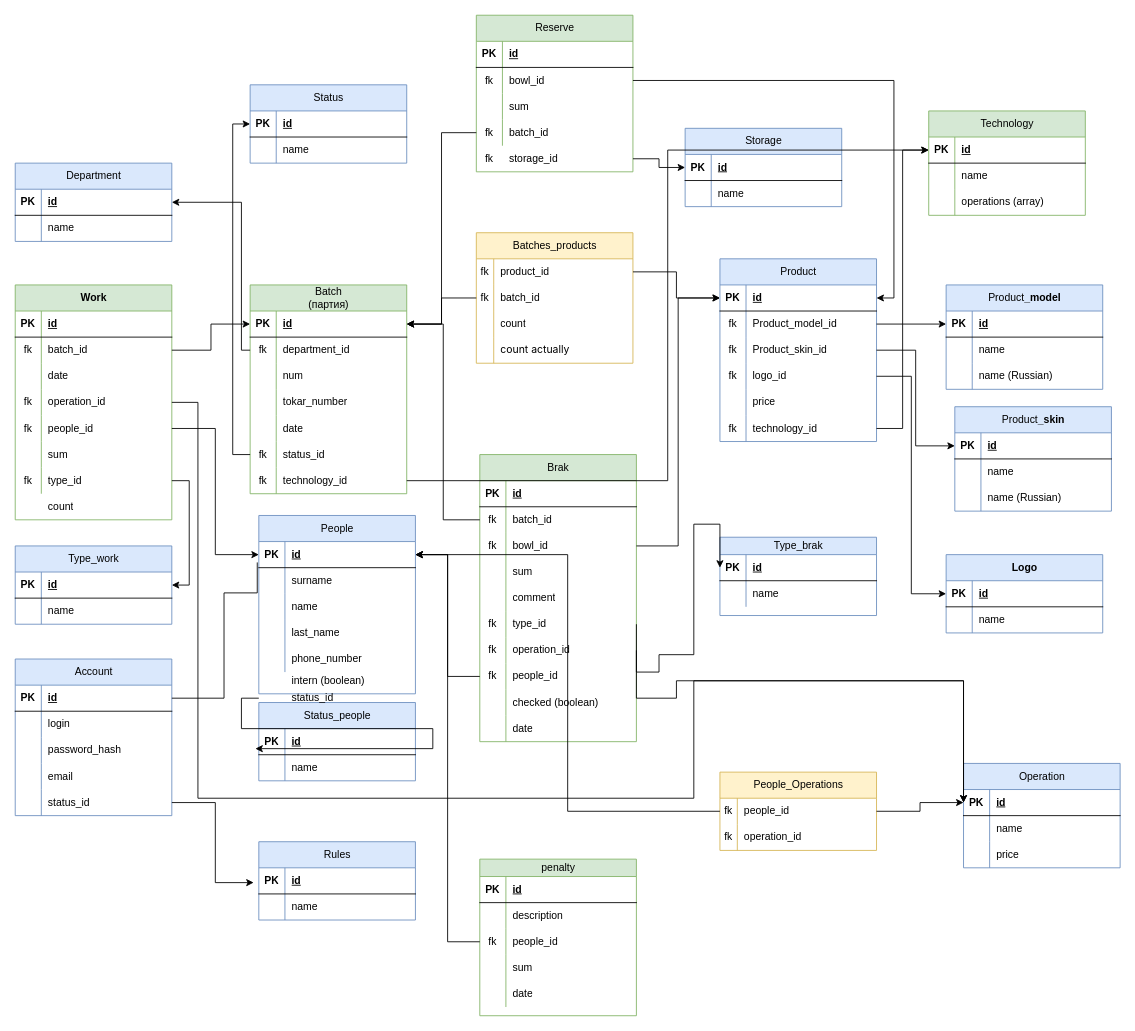
The draw.io diagram CosmoCRM.drawio in OGdanik/db_diagrams, before the edit. Source tidied: cells renumbered, new cells numbered last; positions are measured from the earlier drawing's top-left corner, leaving out a move shared by most shapes. Both pictures are drawn from the tidied source at 87%, with x=0, y=0 at pixel (15, 15).
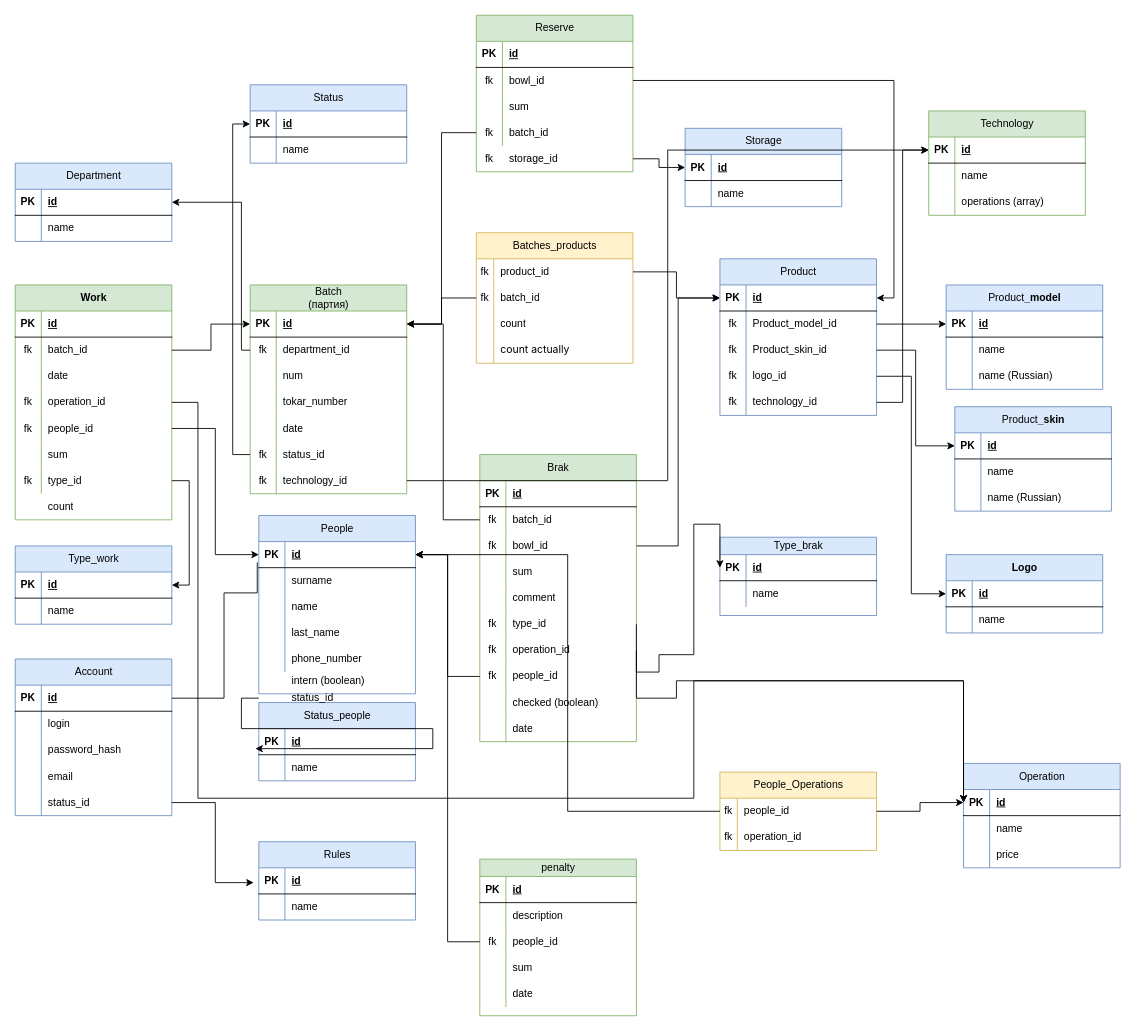
Above is the later version.

Change to the diagram source:
```diff
@@
     <mxCell id="37" value="&lt;span style=&quot;font-weight: 400; text-wrap: wrap;&quot;&gt;Product&lt;/span&gt;" style="shape=table;startSize=30;childLayout=tableLayout;rowLines=0;fontStyle=1;align=center;html=1;fillColor=#dae8fc;strokeColor=#6c8ebf;" parent="1" vertex="1">
-      <mxGeometry x="810" y="280" width="180" height="210" as="geometry" />
+      <mxGeometry x="810" y="280" width="180" height="180" as="geometry" />
     </mxCell>
@@
-    <mxCell id="50" style="shape=tableRow;horizontal=0;startSize=0;swimlaneHead=0;swimlaneBody=0;fillColor=none;top=0;left=0;right=0;bottom=0;" parent="37" vertex="1">
-      <mxGeometry y="150" width="180" height="30" as="geometry" />
-    </mxCell>
-    <mxCell id="51" style="shape=partialRectangle;fillColor=none;top=0;left=0;bottom=0;right=0;overflow=hidden;whiteSpace=wrap;html=1;" parent="50" vertex="1">
-      <mxGeometry width="30" height="30" as="geometry" />
-    </mxCell>
-    <mxCell id="52" value="price" style="shape=partialRectangle;fillColor=none;top=0;left=0;bottom=0;right=0;align=left;spacingLeft=6;overflow=hidden;whiteSpace=wrap;html=1;" parent="50" vertex="1">
-      <mxGeometry x="30" width="150" height="30" as="geometry" />
-    </mxCell>
     <mxCell id="53" style="shape=tableRow;horizontal=0;startSize=0;swimlaneHead=0;swimlaneBody=0;fillColor=none;points=[[0,0.5],[1,0.5]];portConstraint=eastwest;top=0;left=0;right=0;bottom=0;" parent="37" vertex="1">
-      <mxGeometry y="180" width="180" height="30" as="geometry" />
+      <mxGeometry y="150" width="180" height="30" as="geometry" />
     </mxCell>
```
